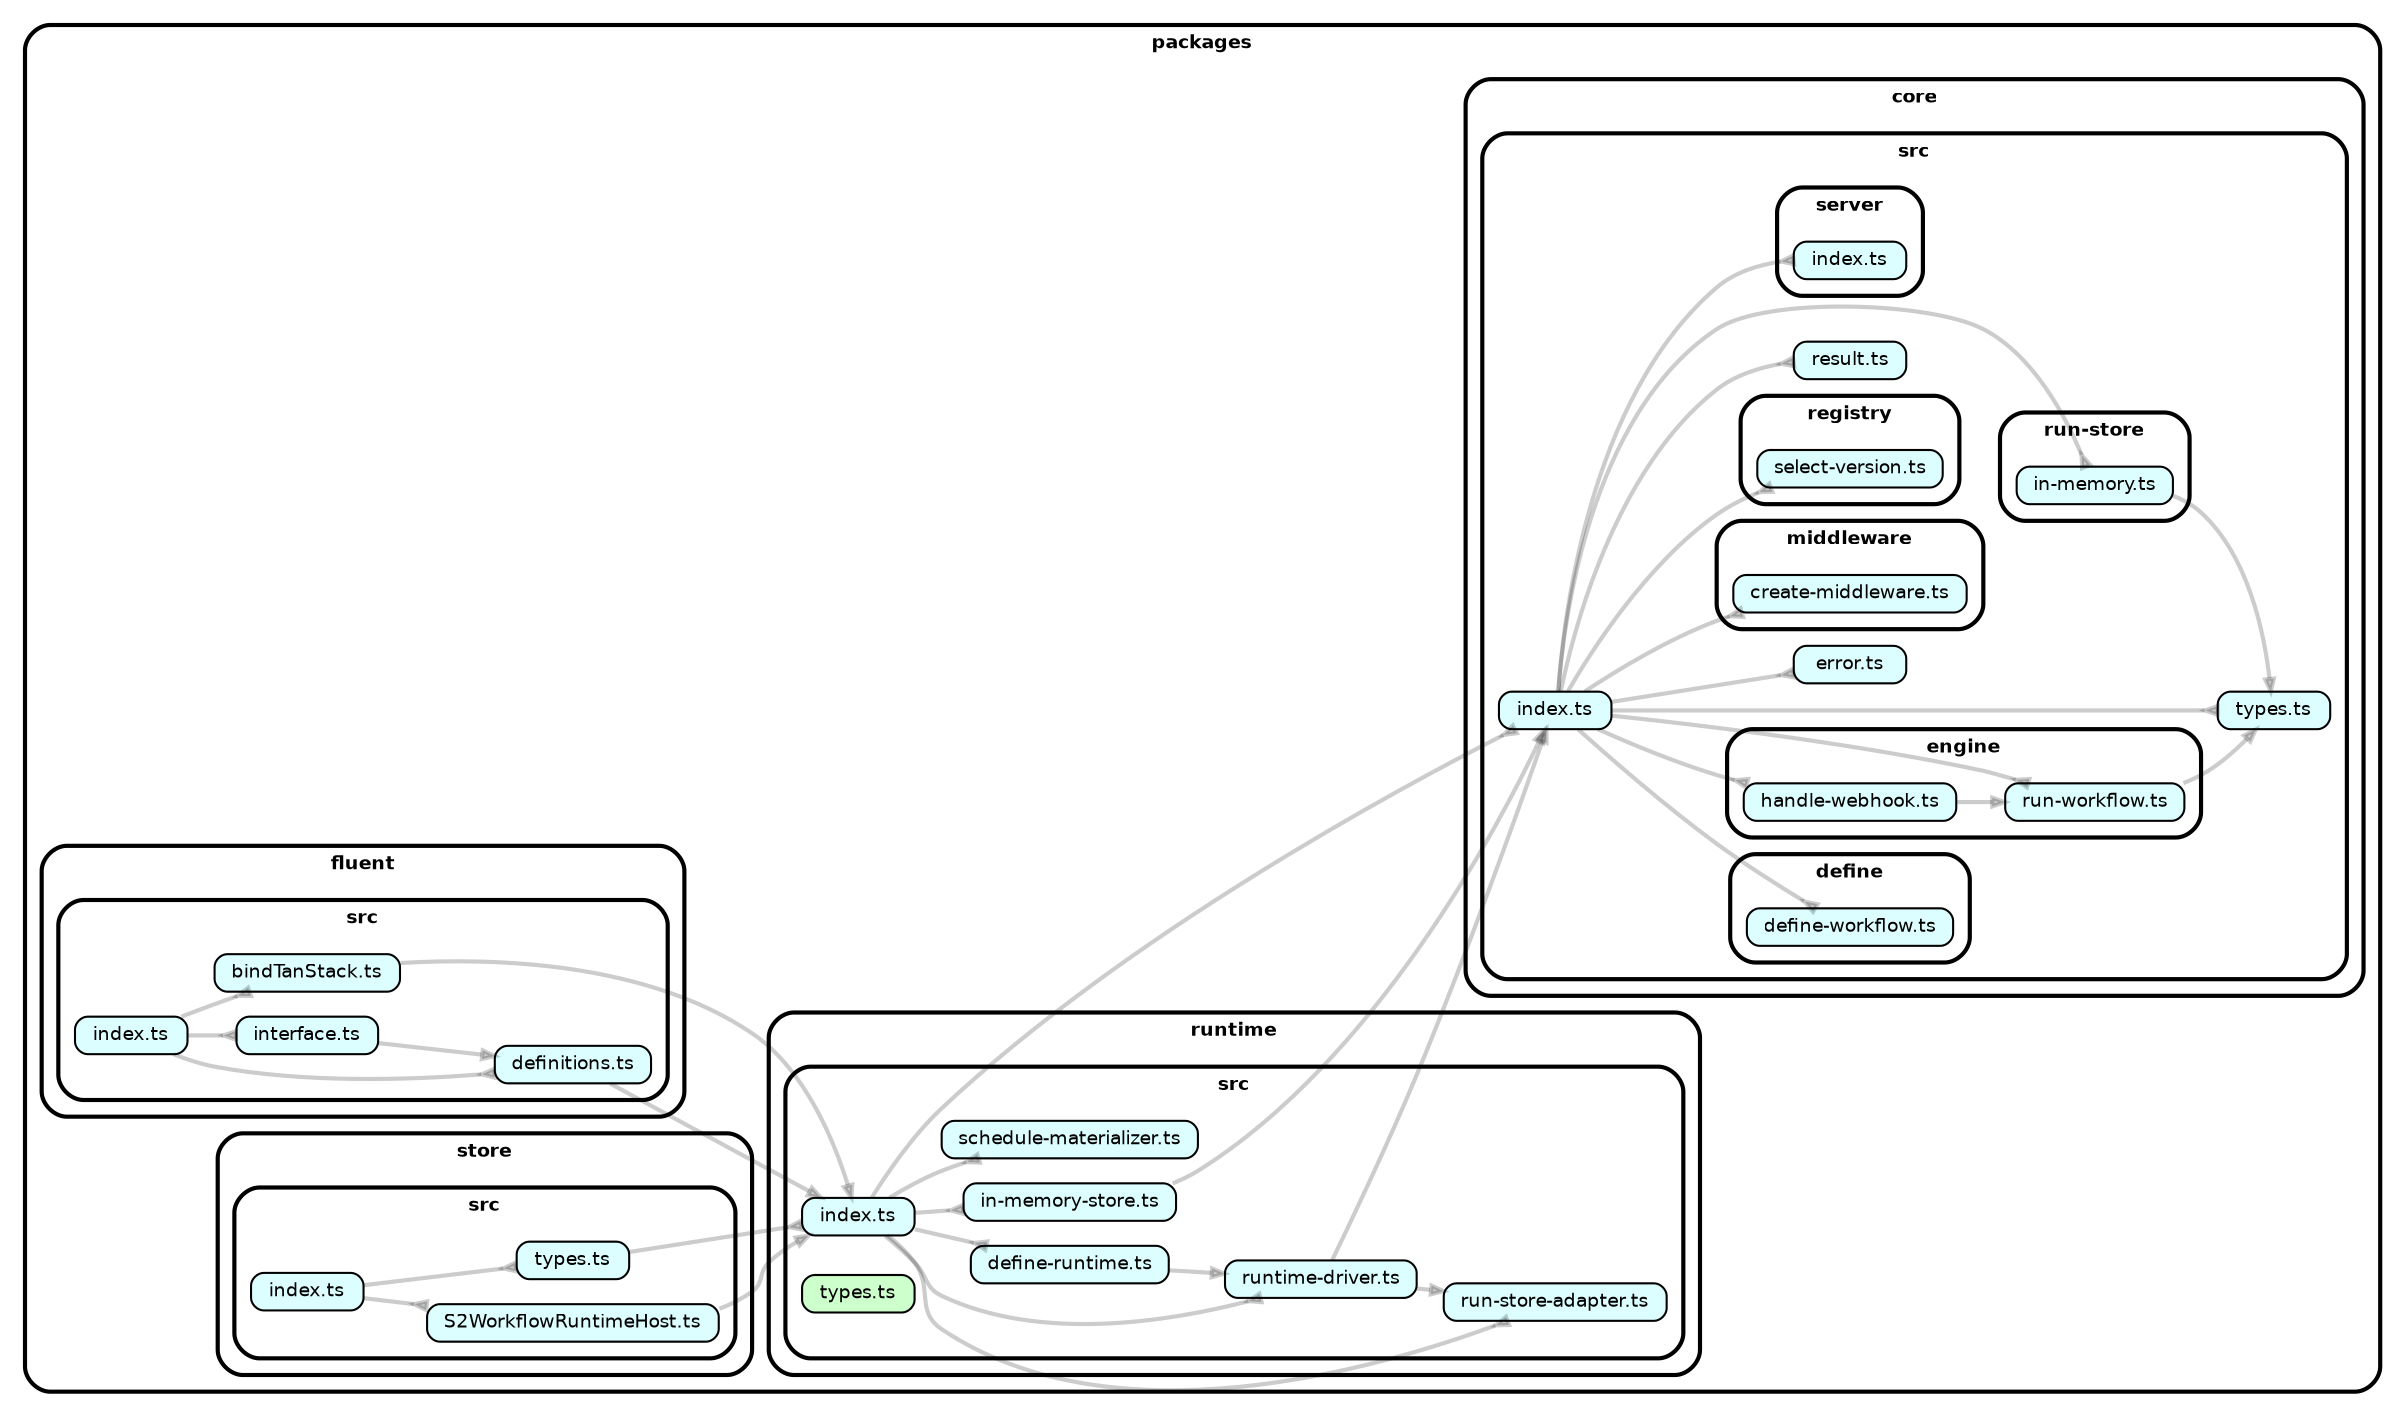
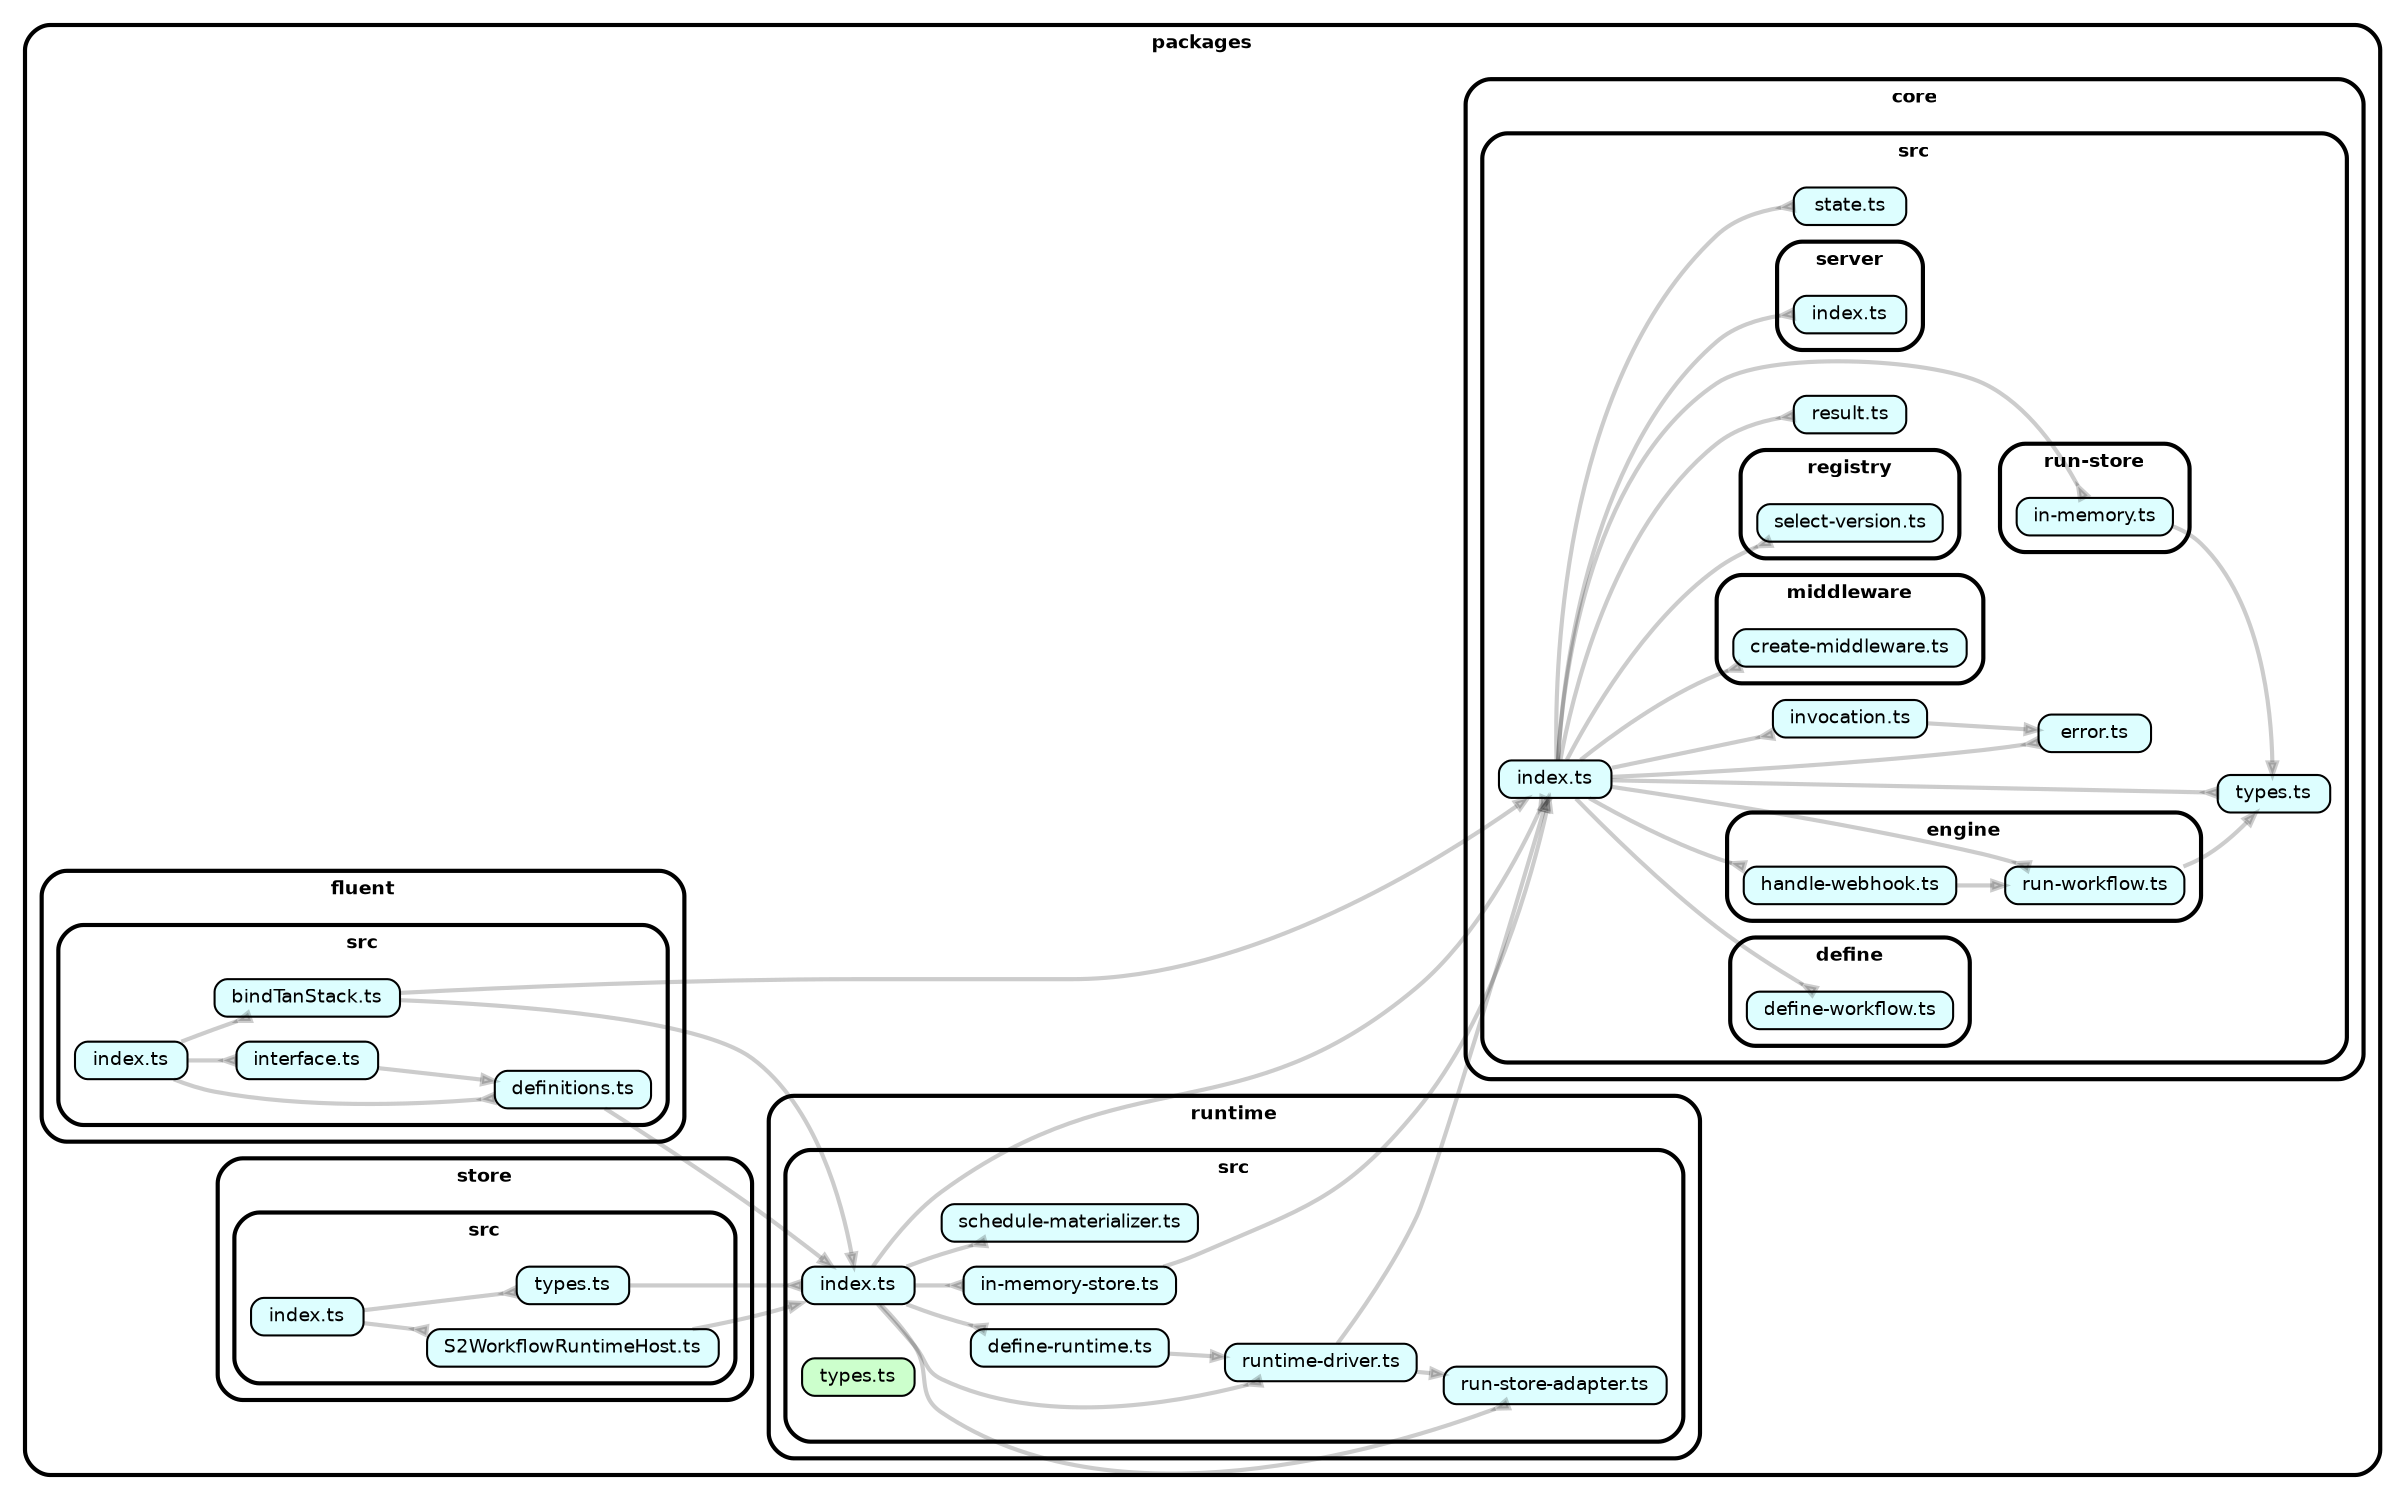
strict digraph "dependency-cruiser output"{
    rankdir="LR" splines="true" overlap="false" nodesep="0.16" ranksep="0.18" fontname="Helvetica-bold" fontsize="9" style="rounded,bold,filled" fillcolor="#ffffff" compound="true"
    node [shape="box" style="rounded, filled" height="0.2" color="black" fillcolor="#ffffcc" fontcolor="black" fontname="Helvetica" fontsize="9"]
    edge [arrowhead="normal" arrowsize="0.6" penwidth="2.0" color="#00000033" fontname="Helvetica" fontsize="9"]

    subgraph "cluster_packages" {label="packages" subgraph "cluster_packages/core" {label="core" subgraph "cluster_packages/core/src" {label="src" subgraph "cluster_packages/core/src/define" {label="define" "packages/core/src/define/define-workflow.ts" [label=<define-workflow.ts> tooltip="define-workflow.ts" URL="packages/core/src/define/define-workflow.ts" fillcolor="#ddfeff"] } } } }
    subgraph "cluster_packages" {label="packages" subgraph "cluster_packages/core" {label="core" subgraph "cluster_packages/core/src" {label="src" subgraph "cluster_packages/core/src/engine" {label="engine" "packages/core/src/engine/handle-webhook.ts" [label=<handle-webhook.ts> tooltip="handle-webhook.ts" URL="packages/core/src/engine/handle-webhook.ts" fillcolor="#ddfeff"] } } } }
    "packages/core/src/engine/handle-webhook.ts" -> "packages/core/src/engine/run-workflow.ts"
    subgraph "cluster_packages" {label="packages" subgraph "cluster_packages/core" {label="core" subgraph "cluster_packages/core/src" {label="src" subgraph "cluster_packages/core/src/engine" {label="engine" "packages/core/src/engine/run-workflow.ts" [label=<run-workflow.ts> tooltip="run-workflow.ts" URL="packages/core/src/engine/run-workflow.ts" fillcolor="#ddfeff"] } } } }
    "packages/core/src/engine/run-workflow.ts" -> "packages/core/src/types.ts"
    subgraph "cluster_packages" {label="packages" subgraph "cluster_packages/core" {label="core" subgraph "cluster_packages/core/src" {label="src" "packages/core/src/error.ts" [label=<error.ts> tooltip="error.ts" URL="packages/core/src/error.ts" fillcolor="#ddfeff"] } } }
    subgraph "cluster_packages" {label="packages" subgraph "cluster_packages/core" {label="core" subgraph "cluster_packages/core/src" {label="src" "packages/core/src/index.ts" [label=<index.ts> tooltip="index.ts" URL="packages/core/src/index.ts" fillcolor="#ddfeff"] } } }
    "packages/core/src/index.ts" -> "packages/core/src/define/define-workflow.ts" [arrowhead="inv"]
    "packages/core/src/index.ts" -> "packages/core/src/engine/handle-webhook.ts" [arrowhead="inv"]
    "packages/core/src/index.ts" -> "packages/core/src/engine/run-workflow.ts" [arrowhead="inv"]
    "packages/core/src/index.ts" -> "packages/core/src/error.ts" [arrowhead="inv"]
+     "packages/core/src/index.ts" -> "packages/core/src/invocation.ts" [arrowhead="inv"]
    "packages/core/src/index.ts" -> "packages/core/src/middleware/create-middleware.ts" [arrowhead="inv"]
    "packages/core/src/index.ts" -> "packages/core/src/registry/select-version.ts" [arrowhead="inv"]
    "packages/core/src/index.ts" -> "packages/core/src/result.ts" [arrowhead="inv"]
    "packages/core/src/index.ts" -> "packages/core/src/run-store/in-memory.ts" [arrowhead="inv"]
    "packages/core/src/index.ts" -> "packages/core/src/server/index.ts" [arrowhead="inv"]
+     "packages/core/src/index.ts" -> "packages/core/src/state.ts" [arrowhead="inv"]
    "packages/core/src/index.ts" -> "packages/core/src/types.ts" [arrowhead="inv"]
+     subgraph "cluster_packages" {label="packages" subgraph "cluster_packages/core" {label="core" subgraph "cluster_packages/core/src" {label="src" "packages/core/src/invocation.ts" [label=<invocation.ts> tooltip="invocation.ts" URL="packages/core/src/invocation.ts" fillcolor="#ddfeff"] } } }
+     "packages/core/src/invocation.ts" -> "packages/core/src/error.ts"
    subgraph "cluster_packages" {label="packages" subgraph "cluster_packages/core" {label="core" subgraph "cluster_packages/core/src" {label="src" subgraph "cluster_packages/core/src/middleware" {label="middleware" "packages/core/src/middleware/create-middleware.ts" [label=<create-middleware.ts> tooltip="create-middleware.ts" URL="packages/core/src/middleware/create-middleware.ts" fillcolor="#ddfeff"] } } } }
    subgraph "cluster_packages" {label="packages" subgraph "cluster_packages/core" {label="core" subgraph "cluster_packages/core/src" {label="src" subgraph "cluster_packages/core/src/registry" {label="registry" "packages/core/src/registry/select-version.ts" [label=<select-version.ts> tooltip="select-version.ts" URL="packages/core/src/registry/select-version.ts" fillcolor="#ddfeff"] } } } }
    subgraph "cluster_packages" {label="packages" subgraph "cluster_packages/core" {label="core" subgraph "cluster_packages/core/src" {label="src" "packages/core/src/result.ts" [label=<result.ts> tooltip="result.ts" URL="packages/core/src/result.ts" fillcolor="#ddfeff"] } } }
    subgraph "cluster_packages" {label="packages" subgraph "cluster_packages/core" {label="core" subgraph "cluster_packages/core/src" {label="src" subgraph "cluster_packages/core/src/run-store" {label="run-store" "packages/core/src/run-store/in-memory.ts" [label=<in-memory.ts> tooltip="in-memory.ts" URL="packages/core/src/run-store/in-memory.ts" fillcolor="#ddfeff"] } } } }
    "packages/core/src/run-store/in-memory.ts" -> "packages/core/src/types.ts"
    subgraph "cluster_packages" {label="packages" subgraph "cluster_packages/core" {label="core" subgraph "cluster_packages/core/src" {label="src" subgraph "cluster_packages/core/src/server" {label="server" "packages/core/src/server/index.ts" [label=<index.ts> tooltip="index.ts" URL="packages/core/src/server/index.ts" fillcolor="#ddfeff"] } } } }
+     subgraph "cluster_packages" {label="packages" subgraph "cluster_packages/core" {label="core" subgraph "cluster_packages/core/src" {label="src" "packages/core/src/state.ts" [label=<state.ts> tooltip="state.ts" URL="packages/core/src/state.ts" fillcolor="#ddfeff"] } } }
    subgraph "cluster_packages" {label="packages" subgraph "cluster_packages/core" {label="core" subgraph "cluster_packages/core/src" {label="src" "packages/core/src/types.ts" [label=<types.ts> tooltip="types.ts" URL="packages/core/src/types.ts" fillcolor="#ddfeff"] } } }
    subgraph "cluster_packages" {label="packages" subgraph "cluster_packages/fluent" {label="fluent" subgraph "cluster_packages/fluent/src" {label="src" "packages/fluent/src/bindTanStack.ts" [label=<bindTanStack.ts> tooltip="bindTanStack.ts" URL="packages/fluent/src/bindTanStack.ts" fillcolor="#ddfeff"] } } }
+     "packages/fluent/src/bindTanStack.ts" -> "packages/core/src/index.ts"
    "packages/fluent/src/bindTanStack.ts" -> "packages/runtime/src/index.ts"
    subgraph "cluster_packages" {label="packages" subgraph "cluster_packages/fluent" {label="fluent" subgraph "cluster_packages/fluent/src" {label="src" "packages/fluent/src/definitions.ts" [label=<definitions.ts> tooltip="definitions.ts" URL="packages/fluent/src/definitions.ts" fillcolor="#ddfeff"] } } }
    "packages/fluent/src/definitions.ts" -> "packages/runtime/src/index.ts"
    subgraph "cluster_packages" {label="packages" subgraph "cluster_packages/fluent" {label="fluent" subgraph "cluster_packages/fluent/src" {label="src" "packages/fluent/src/index.ts" [label=<index.ts> tooltip="index.ts" URL="packages/fluent/src/index.ts" fillcolor="#ddfeff"] } } }
    "packages/fluent/src/index.ts" -> "packages/fluent/src/bindTanStack.ts" [arrowhead="inv"]
    "packages/fluent/src/index.ts" -> "packages/fluent/src/definitions.ts" [arrowhead="inv"]
    "packages/fluent/src/index.ts" -> "packages/fluent/src/interface.ts" [arrowhead="inv"]
    subgraph "cluster_packages" {label="packages" subgraph "cluster_packages/fluent" {label="fluent" subgraph "cluster_packages/fluent/src" {label="src" "packages/fluent/src/interface.ts" [label=<interface.ts> tooltip="interface.ts" URL="packages/fluent/src/interface.ts" fillcolor="#ddfeff"] } } }
    "packages/fluent/src/interface.ts" -> "packages/fluent/src/definitions.ts"
    subgraph "cluster_packages" {label="packages" subgraph "cluster_packages/runtime" {label="runtime" subgraph "cluster_packages/runtime/src" {label="src" "packages/runtime/src/define-runtime.ts" [label=<define-runtime.ts> tooltip="define-runtime.ts" URL="packages/runtime/src/define-runtime.ts" fillcolor="#ddfeff"] } } }
    "packages/runtime/src/define-runtime.ts" -> "packages/runtime/src/runtime-driver.ts"
    subgraph "cluster_packages" {label="packages" subgraph "cluster_packages/runtime" {label="runtime" subgraph "cluster_packages/runtime/src" {label="src" "packages/runtime/src/in-memory-store.ts" [label=<in-memory-store.ts> tooltip="in-memory-store.ts" URL="packages/runtime/src/in-memory-store.ts" fillcolor="#ddfeff"] } } }
    "packages/runtime/src/in-memory-store.ts" -> "packages/core/src/index.ts"
    subgraph "cluster_packages" {label="packages" subgraph "cluster_packages/runtime" {label="runtime" subgraph "cluster_packages/runtime/src" {label="src" "packages/runtime/src/index.ts" [label=<index.ts> tooltip="index.ts" URL="packages/runtime/src/index.ts" fillcolor="#ddfeff"] } } }
    "packages/runtime/src/index.ts" -> "packages/runtime/src/define-runtime.ts" [arrowhead="inv"]
    "packages/runtime/src/index.ts" -> "packages/runtime/src/in-memory-store.ts" [arrowhead="inv"]
    "packages/runtime/src/index.ts" -> "packages/runtime/src/run-store-adapter.ts" [arrowhead="inv"]
    "packages/runtime/src/index.ts" -> "packages/runtime/src/runtime-driver.ts" [arrowhead="inv"]
    "packages/runtime/src/index.ts" -> "packages/runtime/src/schedule-materializer.ts" [arrowhead="inv"]
    "packages/runtime/src/index.ts" -> "packages/core/src/index.ts" [arrowhead="inv"]
    subgraph "cluster_packages" {label="packages" subgraph "cluster_packages/runtime" {label="runtime" subgraph "cluster_packages/runtime/src" {label="src" "packages/runtime/src/run-store-adapter.ts" [label=<run-store-adapter.ts> tooltip="run-store-adapter.ts" URL="packages/runtime/src/run-store-adapter.ts" fillcolor="#ddfeff"] } } }
    subgraph "cluster_packages" {label="packages" subgraph "cluster_packages/runtime" {label="runtime" subgraph "cluster_packages/runtime/src" {label="src" "packages/runtime/src/runtime-driver.ts" [label=<runtime-driver.ts> tooltip="runtime-driver.ts" URL="packages/runtime/src/runtime-driver.ts" fillcolor="#ddfeff"] } } }
    "packages/runtime/src/runtime-driver.ts" -> "packages/runtime/src/run-store-adapter.ts"
    "packages/runtime/src/runtime-driver.ts" -> "packages/core/src/index.ts"
    subgraph "cluster_packages" {label="packages" subgraph "cluster_packages/runtime" {label="runtime" subgraph "cluster_packages/runtime/src" {label="src" "packages/runtime/src/schedule-materializer.ts" [label=<schedule-materializer.ts> tooltip="schedule-materializer.ts" URL="packages/runtime/src/schedule-materializer.ts" fillcolor="#ddfeff"] } } }
    subgraph "cluster_packages" {label="packages" subgraph "cluster_packages/runtime" {label="runtime" subgraph "cluster_packages/runtime/src" {label="src" "packages/runtime/src/types.ts" [label=<types.ts> tooltip="types.ts" URL="packages/runtime/src/types.ts" fillcolor="#ccffcc"] } } }
    subgraph "cluster_packages" {label="packages" subgraph "cluster_packages/store" {label="store" subgraph "cluster_packages/store/src" {label="src" "packages/store/src/S2WorkflowRuntimeHost.ts" [label=<S2WorkflowRuntimeHost.ts> tooltip="S2WorkflowRuntimeHost.ts" URL="packages/store/src/S2WorkflowRuntimeHost.ts" fillcolor="#ddfeff"] } } }
    "packages/store/src/S2WorkflowRuntimeHost.ts" -> "packages/runtime/src/index.ts"
    subgraph "cluster_packages" {label="packages" subgraph "cluster_packages/store" {label="store" subgraph "cluster_packages/store/src" {label="src" "packages/store/src/index.ts" [label=<index.ts> tooltip="index.ts" URL="packages/store/src/index.ts" fillcolor="#ddfeff"] } } }
    "packages/store/src/index.ts" -> "packages/store/src/S2WorkflowRuntimeHost.ts" [arrowhead="inv"]
    "packages/store/src/index.ts" -> "packages/store/src/types.ts" [arrowhead="inv"]
    subgraph "cluster_packages" {label="packages" subgraph "cluster_packages/store" {label="store" subgraph "cluster_packages/store/src" {label="src" "packages/store/src/types.ts" [label=<types.ts> tooltip="types.ts" URL="packages/store/src/types.ts" fillcolor="#ddfeff"] } } }
    "packages/store/src/types.ts" -> "packages/runtime/src/index.ts" [arrowhead="inv"]
}
